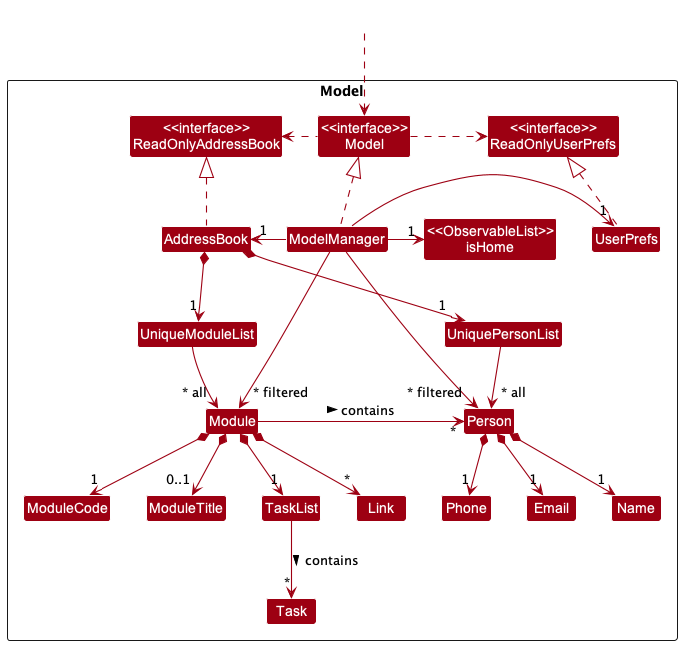
Before: docs/images/ModelClassDiagram.png, a diagram exported from PlantUML (nus-cs2103-AY2223S1/tp).
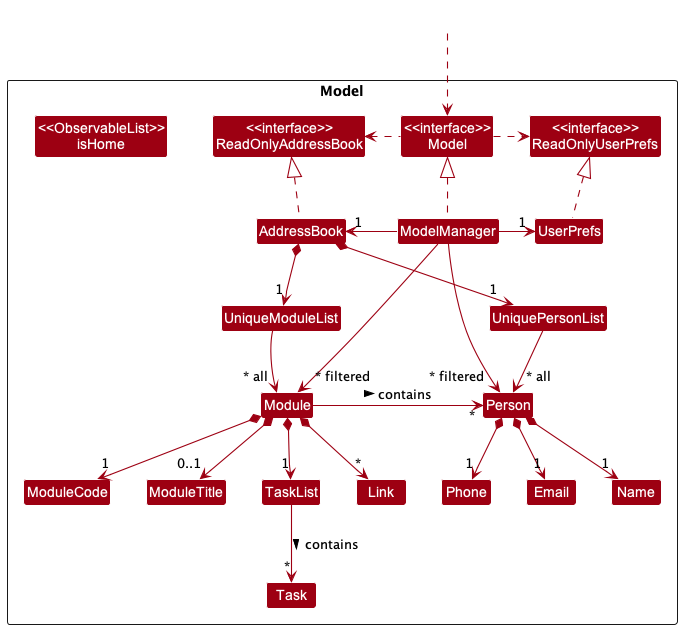
The same file after the commit.

What changed in the source:
```diff
@@ -42,7 +42,7 @@
 UserPrefs .up.|> ReadOnlyUserPrefs
 
 ModelManager -->"~* filtered" Person : " "
-ModelManager -->"~* filtered" Module : " "
+ModelManager -->"~* filtered" Module
 
 AddressBook *--> "1" UniquePersonList
 UniquePersonList --> " ~* all" Person
@@ -68,6 +68,4 @@
 ModuleCode -[hidden]right-> ModuleTitle
 Email -[hidden]right-> Name
 Name -[hidden]right-> Phone
-
-ModelManager -> "1" isHome
 @enduml
```
